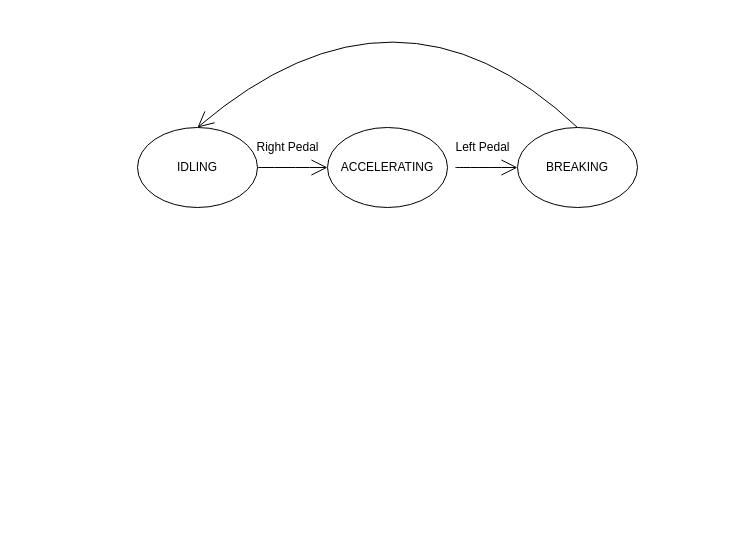
CoCoYJAickson/SFWR-TECH-3OS3 keeps this draw.io diagram as Assignment2.drawio. Above is the earlier version. Source tidied: cells renumbered, new cells numbered last; positions are measured from the earlier drawing's top-left corner, leaving out a move shared by most shapes. Both pictures are drawn from the tidied source at 100%, with x=0, y=0 at pixel (137, -43).
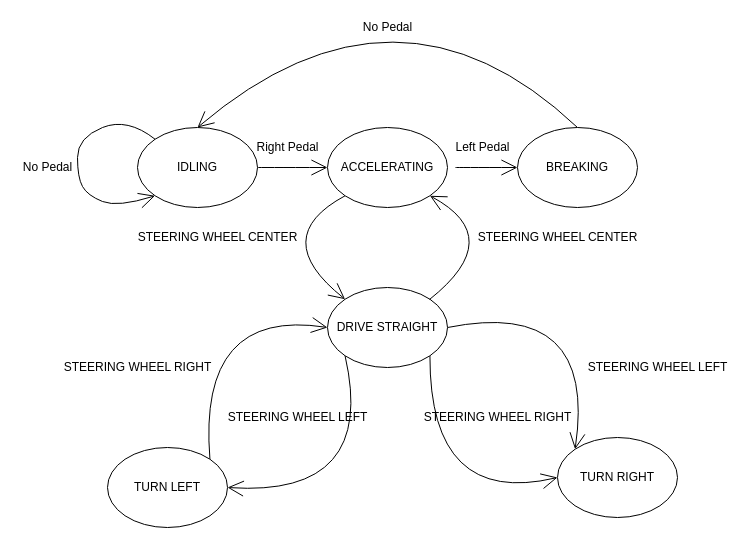
The same diagram, later.

Unchanged cells that the change refers to:
```xml
<mxCell id="3" value="IDLING" style="ellipse;whiteSpace=wrap;html=1;hachureGap=4;" parent="1" vertex="1">
  <mxGeometry y="170" width="120" height="80" as="geometry" />
</mxCell>
<mxCell id="5" value="ACCELERATING" style="ellipse;whiteSpace=wrap;html=1;hachureGap=4;" parent="1" vertex="1">
  <mxGeometry x="190" y="170" width="120" height="80" as="geometry" />
</mxCell>
```

The edit, as a diff of the source:
```diff
@@
+    <mxCell id="10" style="edgeStyle=none;curved=1;jettySize=auto;html=1;exitX=0;exitY=1;exitDx=0;exitDy=0;entryX=0;entryY=0;entryDx=0;entryDy=0;endArrow=open;startSize=14;endSize=14;sourcePerimeterSpacing=8;targetPerimeterSpacing=8;" parent="1" edge="1" source="5" target="17">
+      <mxGeometry relative="1" as="geometry">
+        <Array as="points">
+          <mxPoint x="130" y="280" />
+        </Array>
+      </mxGeometry>
+    </mxCell>
@@
+    <mxCell id="11" value="No Pedal" style="text;html=1;align=center;verticalAlign=middle;strokeColor=none;fillColor=none;" parent="1" vertex="1">
+      <mxGeometry x="220" y="60" width="60" height="20" as="geometry" />
+    </mxCell>
+    <mxCell id="12" style="edgeStyle=none;curved=1;orthogonalLoop=1;jettySize=auto;html=1;exitX=0;exitY=0;exitDx=0;exitDy=0;entryX=0;entryY=1;entryDx=0;entryDy=0;endArrow=open;startSize=14;endSize=14;sourcePerimeterSpacing=8;targetPerimeterSpacing=8;" parent="1" edge="1" source="3" target="3">
+      <mxGeometry relative="1" as="geometry">
+        <Array as="points">
+          <mxPoint x="-10" y="160" />
+          <mxPoint x="-60" y="180" />
+          <mxPoint x="-60" y="220" />
+          <mxPoint x="-50" y="238" />
+          <mxPoint x="-20" y="250" />
+        </Array>
+      </mxGeometry>
+    </mxCell>
+    <mxCell id="13" value="No Pedal" style="text;html=1;align=center;verticalAlign=middle;strokeColor=none;fillColor=none;" parent="1" vertex="1">
+      <mxGeometry x="-120" y="200" width="60" height="20" as="geometry" />
+    </mxCell>
+    <mxCell id="14" style="edgeStyle=none;curved=1;jettySize=auto;html=1;exitX=0;exitY=1;exitDx=0;exitDy=0;entryX=1;entryY=0.5;entryDx=0;entryDy=0;endArrow=open;startSize=14;endSize=14;sourcePerimeterSpacing=8;targetPerimeterSpacing=8;" parent="1" edge="1" source="17" target="22">
+      <mxGeometry relative="1" as="geometry">
+        <Array as="points">
+          <mxPoint x="240" y="540" />
+        </Array>
+      </mxGeometry>
+    </mxCell>
+    <mxCell id="15" style="edgeStyle=none;curved=1;jettySize=auto;html=1;exitX=1;exitY=1;exitDx=0;exitDy=0;entryX=0;entryY=0.5;entryDx=0;entryDy=0;endArrow=open;startSize=14;endSize=14;sourcePerimeterSpacing=8;targetPerimeterSpacing=8;" parent="1" edge="1" source="17" target="23">
+      <mxGeometry relative="1" as="geometry">
+        <Array as="points">
+          <mxPoint x="292" y="550" />
+        </Array>
+      </mxGeometry>
+    </mxCell>
+    <mxCell id="16" style="edgeStyle=none;curved=1;jettySize=auto;html=1;exitX=1;exitY=0.5;exitDx=0;exitDy=0;entryX=0;entryY=0;entryDx=0;entryDy=0;endArrow=open;startSize=14;endSize=14;sourcePerimeterSpacing=8;targetPerimeterSpacing=8;" parent="1" edge="1" source="17" target="23">
+      <mxGeometry relative="1" as="geometry">
+        <Array as="points">
+          <mxPoint x="460" y="340" />
+        </Array>
+      </mxGeometry>
+    </mxCell>
+    <mxCell id="17" value="DRIVE STRAIGHT" style="ellipse;whiteSpace=wrap;html=1;hachureGap=4;" parent="1" vertex="1">
+      <mxGeometry x="190" y="330" width="120" height="80" as="geometry" />
+    </mxCell>
+    <mxCell id="18" style="edgeStyle=none;curved=1;jettySize=auto;html=1;entryX=1;entryY=1;entryDx=0;entryDy=0;endArrow=open;startSize=14;endSize=14;sourcePerimeterSpacing=8;targetPerimeterSpacing=8;" parent="1" edge="1" target="5">
+      <mxGeometry relative="1" as="geometry">
+        <mxPoint x="292" y="342" as="sourcePoint" />
+        <Array as="points">
+          <mxPoint x="370" y="280" />
+        </Array>
+      </mxGeometry>
+    </mxCell>
+    <mxCell id="19" value="STEERING WHEEL CENTER" style="text;html=1;align=center;verticalAlign=middle;strokeColor=none;fillColor=none;" parent="1" vertex="1">
+      <mxGeometry x="-10" y="270" width="180" height="20" as="geometry" />
+    </mxCell>
+    <mxCell id="20" value="STEERING WHEEL CENTER" style="text;html=1;align=center;verticalAlign=middle;strokeColor=none;fillColor=none;" parent="1" vertex="1">
+      <mxGeometry x="330" y="270" width="180" height="20" as="geometry" />
+    </mxCell>
+    <mxCell id="21" style="edgeStyle=none;curved=1;jettySize=auto;html=1;exitX=1;exitY=0;exitDx=0;exitDy=0;entryX=0;entryY=0.5;entryDx=0;entryDy=0;endArrow=open;startSize=14;endSize=14;sourcePerimeterSpacing=8;targetPerimeterSpacing=8;" parent="1" edge="1" source="22" target="17">
+      <mxGeometry relative="1" as="geometry">
+        <Array as="points">
+          <mxPoint x="60" y="350" />
+        </Array>
+      </mxGeometry>
+    </mxCell>
+    <mxCell id="22" value="TURN LEFT" style="ellipse;whiteSpace=wrap;html=1;hachureGap=4;" parent="1" vertex="1">
+      <mxGeometry x="-30" y="490" width="120" height="80" as="geometry" />
+    </mxCell>
+    <mxCell id="23" value="TURN RIGHT" style="ellipse;whiteSpace=wrap;html=1;hachureGap=4;" parent="1" vertex="1">
+      <mxGeometry x="420" y="480" width="120" height="80" as="geometry" />
+    </mxCell>
+    <mxCell id="24" value="STEERING WHEEL RIGHT" style="text;html=1;align=center;verticalAlign=middle;strokeColor=none;fillColor=none;" parent="1" vertex="1">
+      <mxGeometry x="-80" y="400" width="160" height="20" as="geometry" />
+    </mxCell>
+    <mxCell id="25" value="STEERING WHEEL LEFT" style="text;html=1;align=center;verticalAlign=middle;strokeColor=none;fillColor=none;" parent="1" vertex="1">
+      <mxGeometry x="80" y="450" width="160" height="20" as="geometry" />
+    </mxCell>
+    <mxCell id="26" value="STEERING WHEEL RIGHT" style="text;html=1;align=center;verticalAlign=middle;strokeColor=none;fillColor=none;" parent="1" vertex="1">
+      <mxGeometry x="280" y="450" width="160" height="20" as="geometry" />
+    </mxCell>
+    <mxCell id="27" value="STEERING WHEEL LEFT" style="text;html=1;align=center;verticalAlign=middle;strokeColor=none;fillColor=none;" parent="1" vertex="1">
+      <mxGeometry x="440" y="400" width="160" height="20" as="geometry" />
+    </mxCell>
```
